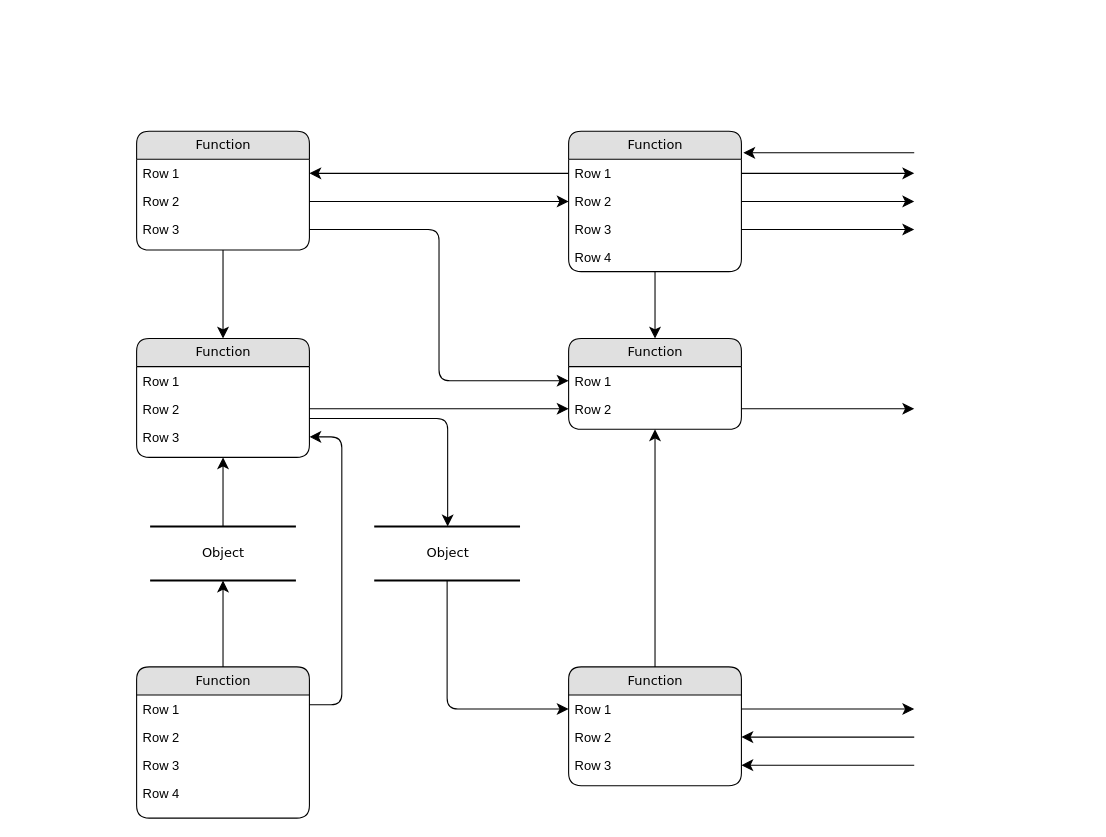
This is Spraio agus Sport dataflow.drawio from Filikin/Diagrams, a draw.io file, before an edit. Source tidied: cells renumbered, new cells numbered last; positions are measured from the earlier drawing's top-left corner, leaving out a move shared by most shapes. Both pictures are drawn from the tidied source at 108%, with x=0, y=0 at pixel (136, 131).
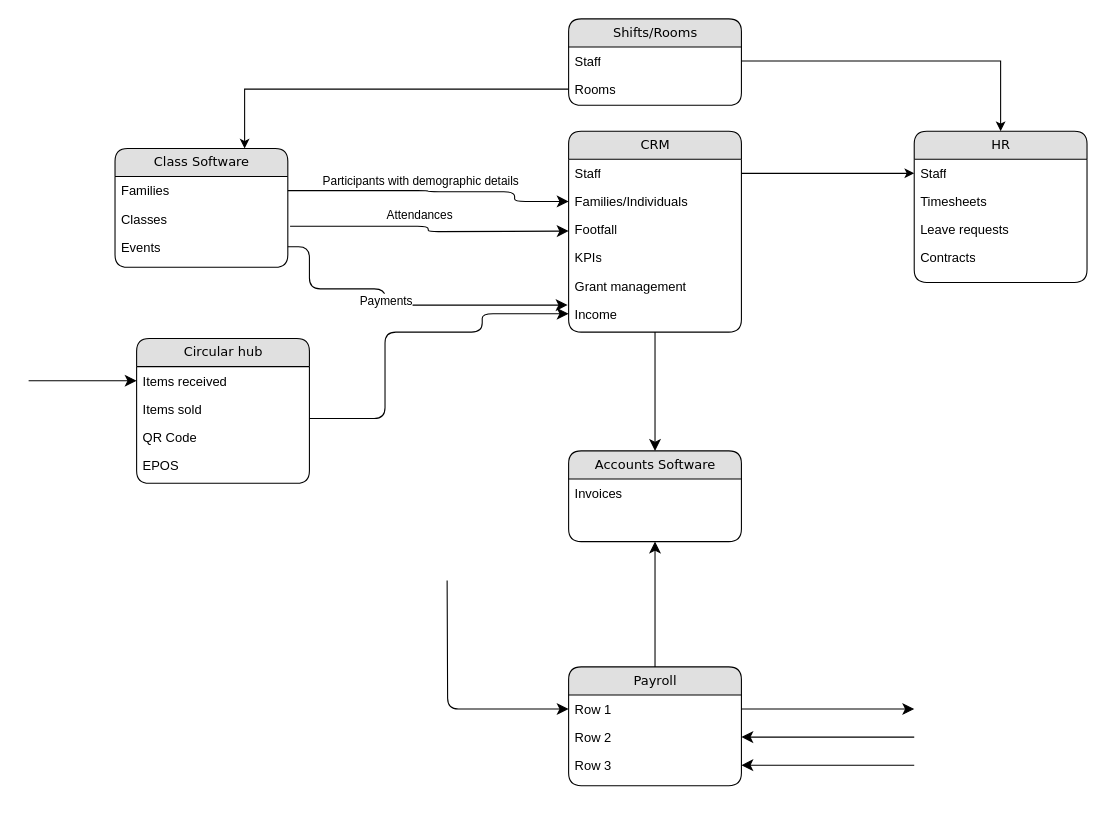
The same diagram, later.

The change refers to these unchanged cells:
```xml
<mxCell id="25" value="Row 1" style="text;html=1;strokeColor=none;fillColor=none;spacingLeft=4;spacingRight=4;whiteSpace=wrap;overflow=hidden;points=[[0,0.5],[1,0.5]];portConstraint=eastwest;" parent="24" vertex="1">
  <mxGeometry y="26" width="160" height="26" as="geometry" />
</mxCell>
```

Diff of the diagram source:
```diff
@@
-    <mxCell id="2" value="Object" style="html=1;rounded=0;shadow=0;comic=0;labelBackgroundColor=none;strokeWidth=2;fontFamily=Verdana;fontSize=12;align=center;shape=mxgraph.ios7ui.horLines;" parent="1" vertex="1">
-      <mxGeometry x="12.5" y="366" width="135" height="50" as="geometry" />
-    </mxCell>
-    <mxCell id="3" value="Function" style="swimlane;html=1;fontStyle=0;horizontal=1;startSize=26;fillColor=#e0e0e0;swimlaneFillColor=#ffffff;align=center;rounded=1;shadow=0;comic=0;labelBackgroundColor=none;strokeWidth=1;fontFamily=Verdana;fontSize=12;" parent="1" vertex="1">
-      <mxGeometry width="160" height="110" as="geometry" />
+    <mxCell id="3" value="Class Software" style="swimlane;html=1;fontStyle=0;horizontal=1;startSize=26;fillColor=#e0e0e0;swimlaneFillColor=#ffffff;align=center;rounded=1;shadow=0;comic=0;labelBackgroundColor=none;strokeWidth=1;fontFamily=Verdana;fontSize=12;" parent="1" vertex="1">
+      <mxGeometry x="-20" y="16" width="160" height="110" as="geometry" />
     </mxCell>
-    <mxCell id="4" value="Row 1" style="text;html=1;strokeColor=none;fillColor=none;spacingLeft=4;spacingRight=4;whiteSpace=wrap;overflow=hidden;points=[[0,0.5],[1,0.5]];portConstraint=eastwest;" parent="3" vertex="1">
+    <mxCell id="4" value="Families" style="text;html=1;strokeColor=none;fillColor=none;spacingLeft=4;spacingRight=4;whiteSpace=wrap;overflow=hidden;points=[[0,0.5],[1,0.5]];portConstraint=eastwest;" parent="3" vertex="1">
       <mxGeometry y="26" width="160" height="26" as="geometry" />
     </mxCell>
-    <mxCell id="5" value="Row 2" style="text;html=1;strokeColor=none;fillColor=none;spacingLeft=4;spacingRight=4;whiteSpace=wrap;overflow=hidden;points=[[0,0.5],[1,0.5]];portConstraint=eastwest;" parent="3" vertex="1">
+    <mxCell id="5" value="Classes" style="text;html=1;strokeColor=none;fillColor=none;spacingLeft=4;spacingRight=4;whiteSpace=wrap;overflow=hidden;points=[[0,0.5],[1,0.5]];portConstraint=eastwest;" parent="3" vertex="1">
       <mxGeometry y="52" width="160" height="26" as="geometry" />
     </mxCell>
-    <mxCell id="6" value="Row 3" style="text;html=1;strokeColor=none;fillColor=none;spacingLeft=4;spacingRight=4;whiteSpace=wrap;overflow=hidden;points=[[0,0.5],[1,0.5]];portConstraint=eastwest;" parent="3" vertex="1">
+    <mxCell id="6" value="Events" style="text;html=1;strokeColor=none;fillColor=none;spacingLeft=4;spacingRight=4;whiteSpace=wrap;overflow=hidden;points=[[0,0.5],[1,0.5]];portConstraint=eastwest;" parent="3" vertex="1">
       <mxGeometry y="78" width="160" height="26" as="geometry" />
     </mxCell>
-    <mxCell id="7" value="Function" style="swimlane;html=1;fontStyle=0;horizontal=1;startSize=26;fillColor=#e0e0e0;swimlaneFillColor=#ffffff;align=center;rounded=1;shadow=0;comic=0;labelBackgroundColor=none;strokeWidth=1;fontFamily=Verdana;fontSize=12;" parent="1" vertex="1">
-      <mxGeometry x="400" width="160" height="130" as="geometry" />
+    <mxCell id="7" value="CRM" style="swimlane;html=1;fontStyle=0;horizontal=1;startSize=26;fillColor=#e0e0e0;swimlaneFillColor=#ffffff;align=center;rounded=1;shadow=0;comic=0;labelBackgroundColor=none;strokeWidth=1;fontFamily=Verdana;fontSize=12;" parent="1" vertex="1">
+      <mxGeometry x="400" width="160" height="186" as="geometry" />
     </mxCell>
+    <mxCell id="49" value="Staff" style="text;html=1;strokeColor=none;fillColor=none;spacingLeft=4;spacingRight=4;whiteSpace=wrap;overflow=hidden;points=[[0,0.5],[1,0.5]];portConstraint=eastwest;" parent="7" vertex="1">
+      <mxGeometry y="26" width="160" height="26" as="geometry" />
+    </mxCell>
-    <mxCell id="8" value="Row 1" style="text;html=1;strokeColor=none;fillColor=none;spacingLeft=4;spacingRight=4;whiteSpace=wrap;overflow=hidden;points=[[0,0.5],[1,0.5]];portConstraint=eastwest;" parent="7" vertex="1">
-      <mxGeometry y="26" width="160" height="26" as="geometry" />
+    <mxCell id="8" value="Families/Individuals" style="text;html=1;strokeColor=none;fillColor=none;spacingLeft=4;spacingRight=4;whiteSpace=wrap;overflow=hidden;points=[[0,0.5],[1,0.5]];portConstraint=eastwest;" parent="7" vertex="1">
+      <mxGeometry y="52" width="160" height="26" as="geometry" />
     </mxCell>
-    <mxCell id="9" value="Row 2" style="text;html=1;strokeColor=none;fillColor=none;spacingLeft=4;spacingRight=4;whiteSpace=wrap;overflow=hidden;points=[[0,0.5],[1,0.5]];portConstraint=eastwest;" parent="7" vertex="1">
-      <mxGeometry y="52" width="160" height="26" as="geometry" />
+    <mxCell id="9" value="Footfall" style="text;html=1;strokeColor=none;fillColor=none;spacingLeft=4;spacingRight=4;whiteSpace=wrap;overflow=hidden;points=[[0,0.5],[1,0.5]];portConstraint=eastwest;" parent="7" vertex="1">
+      <mxGeometry y="78" width="160" height="26" as="geometry" />
     </mxCell>
-    <mxCell id="10" value="Row 3" style="text;html=1;strokeColor=none;fillColor=none;spacingLeft=4;spacingRight=4;whiteSpace=wrap;overflow=hidden;points=[[0,0.5],[1,0.5]];portConstraint=eastwest;" parent="7" vertex="1">
-      <mxGeometry y="78" width="160" height="26" as="geometry" />
+    <mxCell id="10" value="KPIs" style="text;html=1;strokeColor=none;fillColor=none;spacingLeft=4;spacingRight=4;whiteSpace=wrap;overflow=hidden;points=[[0,0.5],[1,0.5]];portConstraint=eastwest;" parent="7" vertex="1">
+      <mxGeometry y="104" width="160" height="26" as="geometry" />
     </mxCell>
-    <mxCell id="11" value="Row 4" style="text;html=1;strokeColor=none;fillColor=none;spacingLeft=4;spacingRight=4;whiteSpace=wrap;overflow=hidden;" parent="7" vertex="1">
-      <mxGeometry y="104" width="160" height="26" as="geometry" />
-    </mxCell>
+    <mxCell id="50" value="Grant management" style="text;html=1;strokeColor=none;fillColor=none;spacingLeft=4;spacingRight=4;whiteSpace=wrap;overflow=hidden;" parent="7" vertex="1">
+      <mxGeometry y="130" width="160" height="26" as="geometry" />
+    </mxCell>
+    <mxCell id="51" value="Income" style="text;html=1;strokeColor=none;fillColor=none;spacingLeft=4;spacingRight=4;whiteSpace=wrap;overflow=hidden;points=[[0,0.5],[1,0.5]];portConstraint=eastwest;" parent="7" vertex="1">
+      <mxGeometry y="156" width="160" height="26" as="geometry" />
+    </mxCell>
-    <mxCell id="12" value="Function" style="swimlane;html=1;fontStyle=0;horizontal=1;startSize=26;fillColor=#e0e0e0;swimlaneFillColor=#ffffff;align=center;rounded=1;shadow=0;comic=0;labelBackgroundColor=none;strokeWidth=1;fontFamily=Verdana;fontSize=12;" parent="1" vertex="1">
-      <mxGeometry y="192" width="160" height="110" as="geometry" />
+    <mxCell id="12" value="Circular hub" style="swimlane;html=1;fontStyle=0;horizontal=1;startSize=26;fillColor=#e0e0e0;swimlaneFillColor=#ffffff;align=center;rounded=1;shadow=0;comic=0;labelBackgroundColor=none;strokeWidth=1;fontFamily=Verdana;fontSize=12;" parent="1" vertex="1">
+      <mxGeometry y="192" width="160" height="134" as="geometry" />
     </mxCell>
-    <mxCell id="13" value="Row 1" style="text;html=1;strokeColor=none;fillColor=none;spacingLeft=4;spacingRight=4;whiteSpace=wrap;overflow=hidden;points=[[0,0.5],[1,0.5]];portConstraint=eastwest;" parent="12" vertex="1">
+    <mxCell id="13" value="Items received" style="text;html=1;strokeColor=none;fillColor=none;spacingLeft=4;spacingRight=4;whiteSpace=wrap;overflow=hidden;points=[[0,0.5],[1,0.5]];portConstraint=eastwest;" parent="12" vertex="1">
       <mxGeometry y="26" width="160" height="26" as="geometry" />
     </mxCell>
-    <mxCell id="14" value="Row 2" style="text;html=1;strokeColor=none;fillColor=none;spacingLeft=4;spacingRight=4;whiteSpace=wrap;overflow=hidden;points=[[0,0.5],[1,0.5]];portConstraint=eastwest;" parent="12" vertex="1">
+    <mxCell id="14" value="Items sold" style="text;html=1;strokeColor=none;fillColor=none;spacingLeft=4;spacingRight=4;whiteSpace=wrap;overflow=hidden;points=[[0,0.5],[1,0.5]];portConstraint=eastwest;" parent="12" vertex="1">
       <mxGeometry y="52" width="160" height="26" as="geometry" />
     </mxCell>
-    <mxCell id="15" value="Row 3" style="text;html=1;strokeColor=none;fillColor=none;spacingLeft=4;spacingRight=4;whiteSpace=wrap;overflow=hidden;points=[[0,0.5],[1,0.5]];portConstraint=eastwest;" parent="12" vertex="1">
-      <mxGeometry y="78" width="160" height="26" as="geometry" />
-    </mxCell>
+    <mxCell id="52" value="QR Code" style="text;html=1;strokeColor=none;fillColor=none;spacingLeft=4;spacingRight=4;whiteSpace=wrap;overflow=hidden;" parent="12" vertex="1">
+      <mxGeometry y="78" width="160" height="26" as="geometry" />
+    </mxCell>
+    <mxCell id="53" value="EPOS" style="text;html=1;strokeColor=none;fillColor=none;spacingLeft=4;spacingRight=4;whiteSpace=wrap;overflow=hidden;" parent="12" vertex="1">
+      <mxGeometry y="104" width="160" height="26" as="geometry" />
+    </mxCell>
-    <mxCell id="16" value="Function" style="swimlane;html=1;fontStyle=0;horizontal=1;startSize=26;fillColor=#e0e0e0;swimlaneFillColor=#ffffff;align=center;rounded=1;shadow=0;comic=0;labelBackgroundColor=none;strokeWidth=1;fontFamily=Verdana;fontSize=12;" parent="1" vertex="1">
-      <mxGeometry y="496" width="160" height="140" as="geometry" />
+    <mxCell id="16" value="HR" style="swimlane;html=1;fontStyle=0;horizontal=1;startSize=26;fillColor=#e0e0e0;swimlaneFillColor=#ffffff;align=center;rounded=1;shadow=0;comic=0;labelBackgroundColor=none;strokeWidth=1;fontFamily=Verdana;fontSize=12;" parent="1" vertex="1">
+      <mxGeometry x="720" width="160" height="140" as="geometry" />
     </mxCell>
-    <mxCell id="17" value="Row 1" style="text;html=1;strokeColor=none;fillColor=none;spacingLeft=4;spacingRight=4;whiteSpace=wrap;overflow=hidden;points=[[0,0.5],[1,0.5]];portConstraint=eastwest;" parent="16" vertex="1">
+    <mxCell id="17" value="Staff" style="text;html=1;strokeColor=none;fillColor=none;spacingLeft=4;spacingRight=4;whiteSpace=wrap;overflow=hidden;points=[[0,0.5],[1,0.5]];portConstraint=eastwest;" parent="16" vertex="1">
       <mxGeometry y="26" width="160" height="26" as="geometry" />
     </mxCell>
-    <mxCell id="18" value="Row 2" style="text;html=1;strokeColor=none;fillColor=none;spacingLeft=4;spacingRight=4;whiteSpace=wrap;overflow=hidden;" parent="16" vertex="1">
+    <mxCell id="18" value="Timesheets" style="text;html=1;strokeColor=none;fillColor=none;spacingLeft=4;spacingRight=4;whiteSpace=wrap;overflow=hidden;" parent="16" vertex="1">
       <mxGeometry y="52" width="160" height="26" as="geometry" />
     </mxCell>
-    <mxCell id="19" value="Row 3" style="text;html=1;strokeColor=none;fillColor=none;spacingLeft=4;spacingRight=4;whiteSpace=wrap;overflow=hidden;" parent="16" vertex="1">
+    <mxCell id="19" value="Leave requests" style="text;html=1;strokeColor=none;fillColor=none;spacingLeft=4;spacingRight=4;whiteSpace=wrap;overflow=hidden;" parent="16" vertex="1">
       <mxGeometry y="78" width="160" height="26" as="geometry" />
     </mxCell>
-    <mxCell id="20" value="Row 4" style="text;html=1;strokeColor=none;fillColor=none;spacingLeft=4;spacingRight=4;whiteSpace=wrap;overflow=hidden;" parent="16" vertex="1">
+    <mxCell id="20" value="Contracts" style="text;html=1;strokeColor=none;fillColor=none;spacingLeft=4;spacingRight=4;whiteSpace=wrap;overflow=hidden;" parent="16" vertex="1">
       <mxGeometry y="104" width="160" height="26" as="geometry" />
     </mxCell>
-    <mxCell id="21" value="Function" style="swimlane;html=1;fontStyle=0;horizontal=1;startSize=26;fillColor=#e0e0e0;swimlaneFillColor=#ffffff;align=center;rounded=1;shadow=0;comic=0;labelBackgroundColor=none;strokeWidth=1;fontFamily=Verdana;fontSize=12;" parent="1" vertex="1">
-      <mxGeometry x="400" y="192" width="160" height="84" as="geometry" />
+    <mxCell id="21" value="Accounts Software" style="swimlane;html=1;fontStyle=0;horizontal=1;startSize=26;fillColor=#e0e0e0;swimlaneFillColor=#ffffff;align=center;rounded=1;shadow=0;comic=0;labelBackgroundColor=none;strokeWidth=1;fontFamily=Verdana;fontSize=12;" parent="1" vertex="1">
+      <mxGeometry x="400" y="296" width="160" height="84" as="geometry" />
     </mxCell>
-    <mxCell id="22" value="Row 1" style="text;html=1;strokeColor=none;fillColor=none;spacingLeft=4;spacingRight=4;whiteSpace=wrap;overflow=hidden;points=[[0,0.5],[1,0.5]];portConstraint=eastwest;" parent="21" vertex="1">
+    <mxCell id="22" value="Invoices" style="text;html=1;strokeColor=none;fillColor=none;spacingLeft=4;spacingRight=4;whiteSpace=wrap;overflow=hidden;points=[[0,0.5],[1,0.5]];portConstraint=eastwest;" parent="21" vertex="1">
       <mxGeometry y="26" width="160" height="26" as="geometry" />
     </mxCell>
-    <mxCell id="23" value="Row 2" style="text;html=1;strokeColor=none;fillColor=none;spacingLeft=4;spacingRight=4;whiteSpace=wrap;overflow=hidden;points=[[0,0.5],[1,0.5]];portConstraint=eastwest;" parent="21" vertex="1">
-      <mxGeometry y="52" width="160" height="26" as="geometry" />
-    </mxCell>
-    <mxCell id="24" value="Function" style="swimlane;html=1;fontStyle=0;horizontal=1;startSize=26;fillColor=#e0e0e0;swimlaneFillColor=#ffffff;align=center;rounded=1;shadow=0;comic=0;labelBackgroundColor=none;strokeWidth=1;fontFamily=Verdana;fontSize=12;" parent="1" vertex="1">
+    <mxCell id="24" value="Payroll" style="swimlane;html=1;fontStyle=0;horizontal=1;startSize=26;fillColor=#e0e0e0;swimlaneFillColor=#ffffff;align=center;rounded=1;shadow=0;comic=0;labelBackgroundColor=none;strokeWidth=1;fontFamily=Verdana;fontSize=12;" parent="1" vertex="1">
       <mxGeometry x="400" y="496" width="160" height="110" as="geometry" />
     </mxCell>
@@
-    <mxCell id="28" value="Object" style="html=1;rounded=0;shadow=0;comic=0;labelBackgroundColor=none;strokeWidth=2;fontFamily=Verdana;fontSize=12;align=center;shape=mxgraph.ios7ui.horLines;" parent="1" vertex="1">
-      <mxGeometry x="220" y="366" width="135" height="50" as="geometry" />
-    </mxCell>
-    <mxCell id="29" style="edgeStyle=none;html=1;labelBackgroundColor=none;startFill=0;startSize=8;endFill=1;endSize=8;fontFamily=Verdana;fontSize=12;" parent="1" edge="1" source="16" target="2">
-      <mxGeometry relative="1" as="geometry" />
-    </mxCell>
-    <mxCell id="30" style="edgeStyle=none;html=1;labelBackgroundColor=none;startFill=0;startSize=8;endFill=1;endSize=8;fontFamily=Verdana;fontSize=12;" parent="1" edge="1" source="2" target="12">
-      <mxGeometry relative="1" as="geometry" />
+    <mxCell id="30" style="edgeStyle=none;html=1;labelBackgroundColor=none;startFill=0;startSize=8;endFill=1;endSize=8;fontFamily=Verdana;fontSize=12;entryX=0;entryY=0.5;entryDx=0;entryDy=0;" parent="1" edge="1" target="13">
+      <mxGeometry relative="1" as="geometry">
+        <mxPoint x="-100" y="231" as="sourcePoint" />
+      </mxGeometry>
     </mxCell>
-    <mxCell id="31" style="edgeStyle=orthogonalEdgeStyle;html=1;labelBackgroundColor=none;startFill=0;startSize=8;endFill=1;endSize=8;fontFamily=Verdana;fontSize=12;exitX=1;exitY=0.25;entryX=1;entryY=0.5;" parent="1" edge="1" source="16" target="15">
-      <mxGeometry relative="1" as="geometry">
-        <Array as="points">
-          <mxPoint x="190" y="531" />
-          <mxPoint x="190" y="283" />
-        </Array>
-      </mxGeometry>
-    </mxCell>
-    <mxCell id="32" style="edgeStyle=orthogonalEdgeStyle;html=1;labelBackgroundColor=none;startFill=0;startSize=8;endFill=1;endSize=8;fontFamily=Verdana;fontSize=12;" parent="1" edge="1" source="28" target="25">
-      <mxGeometry x="-0.13" y="32" relative="1" as="geometry" />
+    <mxCell id="32" style="edgeStyle=orthogonalEdgeStyle;html=1;labelBackgroundColor=none;startFill=0;startSize=8;endFill=1;endSize=8;fontFamily=Verdana;fontSize=12;" parent="1" edge="1" target="25">
+      <mxGeometry x="-0.13" y="32" relative="1" as="geometry">
+        <mxPoint x="287.5" y="416" as="sourcePoint" />
+      </mxGeometry>
     </mxCell>
-    <mxCell id="33" style="edgeStyle=orthogonalEdgeStyle;html=1;labelBackgroundColor=none;startFill=0;startSize=8;endFill=1;endSize=8;fontFamily=Verdana;fontSize=12;" parent="1" edge="1" source="12" target="28">
+    <mxCell id="33" style="edgeStyle=orthogonalEdgeStyle;html=1;labelBackgroundColor=none;startFill=0;startSize=8;endFill=1;endSize=8;fontFamily=Verdana;fontSize=12;entryX=0;entryY=0.5;entryDx=0;entryDy=0;" parent="1" edge="1" source="12" target="51">
       <mxGeometry relative="1" as="geometry">
         <Array as="points">
-          <mxPoint x="288" y="266" />
+          <mxPoint x="230" y="266" />
+          <mxPoint x="230" y="186" />
+          <mxPoint x="320" y="186" />
+          <mxPoint x="320" y="169" />
         </Array>
       </mxGeometry>
     </mxCell>
-    <mxCell id="34" style="edgeStyle=orthogonalEdgeStyle;html=1;labelBackgroundColor=none;startFill=0;startSize=8;endFill=1;endSize=8;fontFamily=Verdana;fontSize=12;" parent="1" edge="1" source="3" target="12">
-      <mxGeometry relative="1" as="geometry" />
-    </mxCell>
@@
-    <mxCell id="37" style="edgeStyle=orthogonalEdgeStyle;html=1;entryX=0;entryY=0.5;labelBackgroundColor=none;startFill=0;startSize=8;endFill=1;endSize=8;fontFamily=Verdana;fontSize=12;exitX=1;exitY=0.5;" parent="1" edge="1" source="5" target="9">
-      <mxGeometry relative="1" as="geometry" />
+    <mxCell id="37" style="edgeStyle=orthogonalEdgeStyle;html=1;labelBackgroundColor=none;startFill=0;startSize=8;endFill=1;endSize=8;fontFamily=Verdana;fontSize=12;exitX=1;exitY=0.5;exitDx=0;exitDy=0;entryX=0;entryY=0.5;entryDx=0;entryDy=0;" parent="1" edge="1" source="4" target="8">
+      <mxGeometry relative="1" as="geometry">
+        <Array as="points">
+          <mxPoint x="270" y="55" />
+          <mxPoint x="270" y="56" />
+          <mxPoint x="350" y="56" />
+          <mxPoint x="350" y="65" />
+        </Array>
+      </mxGeometry>
     </mxCell>
-    <mxCell id="38" style="edgeStyle=orthogonalEdgeStyle;html=1;exitX=0;exitY=0.5;entryX=1;entryY=0.5;labelBackgroundColor=none;startFill=0;startSize=8;endFill=1;endSize=8;fontFamily=Verdana;fontSize=12;" parent="1" edge="1" source="8" target="4">
-      <mxGeometry relative="1" as="geometry" />
-    </mxCell>
+    <mxCell id="54" value="Participants with demographic details" style="edgeLabel;html=1;align=center;verticalAlign=middle;" parent="37" vertex="1">
+      <mxGeometry x="-0.19" relative="1" as="geometry">
+        <mxPoint x="13" y="-10" as="offset" />
+      </mxGeometry>
+    </mxCell>
-    <mxCell id="39" style="edgeStyle=orthogonalEdgeStyle;html=1;exitX=1;exitY=0.5;entryX=0;entryY=0.5;labelBackgroundColor=none;startFill=0;startSize=8;endFill=1;endSize=8;fontFamily=Verdana;fontSize=12;" parent="1" edge="1" source="6" target="22">
-      <mxGeometry relative="1" as="geometry" />
+    <mxCell id="39" style="edgeStyle=orthogonalEdgeStyle;html=1;exitX=1;exitY=0.5;labelBackgroundColor=none;startFill=0;startSize=8;endFill=1;endSize=8;fontFamily=Verdana;fontSize=12;exitDx=0;exitDy=0;entryX=-0.006;entryY=0.192;entryDx=0;entryDy=0;entryPerimeter=0;" parent="1" edge="1" source="6" target="51">
+      <mxGeometry relative="1" as="geometry">
+        <Array as="points">
+          <mxPoint x="160" y="146" />
+          <mxPoint x="230" y="146" />
+          <mxPoint x="230" y="161" />
+        </Array>
+      </mxGeometry>
     </mxCell>
-    <mxCell id="40" style="edgeStyle=orthogonalEdgeStyle;html=1;exitX=1;exitY=0.5;entryX=0;entryY=0.5;labelBackgroundColor=none;startFill=0;startSize=8;endFill=1;endSize=8;fontFamily=Verdana;fontSize=12;" parent="1" edge="1" source="14" target="23">
-      <mxGeometry relative="1" as="geometry" />
-    </mxCell>
-    <mxCell id="41" style="edgeStyle=orthogonalEdgeStyle;html=1;labelBackgroundColor=none;startFill=0;startSize=8;endFill=1;endSize=8;fontFamily=Verdana;fontSize=12;" parent="1" edge="1" source="23">
-      <mxGeometry relative="1" as="geometry">
-        <mxPoint x="720" y="257" as="targetPoint" />
-      </mxGeometry>
-    </mxCell>
+    <mxCell id="55" value="Payments" style="edgeLabel;html=1;align=center;verticalAlign=middle;" parent="39" vertex="1">
+      <mxGeometry x="-0.11" relative="1" as="geometry" />
+    </mxCell>
@@
-    <mxCell id="45" style="edgeStyle=orthogonalEdgeStyle;html=1;exitX=1;exitY=0.5;labelBackgroundColor=none;startFill=0;startSize=8;endFill=1;endSize=8;fontFamily=Verdana;fontSize=12;" parent="1" edge="1" source="8">
-      <mxGeometry relative="1" as="geometry">
-        <mxPoint x="720" y="39" as="targetPoint" />
-      </mxGeometry>
-    </mxCell>
-    <mxCell id="46" style="edgeStyle=orthogonalEdgeStyle;html=1;exitX=1;exitY=0.5;labelBackgroundColor=none;startFill=0;startSize=8;endFill=1;endSize=8;fontFamily=Verdana;fontSize=12;" parent="1" edge="1" source="9">
-      <mxGeometry relative="1" as="geometry">
-        <mxPoint x="720" y="65" as="targetPoint" />
-      </mxGeometry>
-    </mxCell>
-    <mxCell id="47" style="edgeStyle=orthogonalEdgeStyle;html=1;exitX=1;exitY=0.5;labelBackgroundColor=none;startFill=0;startSize=8;endFill=1;endSize=8;fontFamily=Verdana;fontSize=12;" parent="1" edge="1" source="10">
-      <mxGeometry relative="1" as="geometry">
-        <mxPoint x="720" y="91" as="targetPoint" />
-      </mxGeometry>
-    </mxCell>
-    <mxCell id="48" style="edgeStyle=elbowEdgeStyle;html=1;labelBackgroundColor=none;startFill=0;startSize=8;endFill=1;endSize=8;fontFamily=Verdana;fontSize=12;elbow=vertical;entryX=1.011;entryY=0.152;entryPerimeter=0;" parent="1" edge="1" target="7">
-      <mxGeometry relative="1" as="geometry">
-        <mxPoint x="720" y="20" as="sourcePoint" />
-        <Array as="points">
-          <mxPoint x="650" y="20" />
-        </Array>
-      </mxGeometry>
-    </mxCell>
+    <mxCell id="56" style="edgeStyle=orthogonalEdgeStyle;html=1;entryX=0;entryY=0.5;labelBackgroundColor=none;startFill=0;startSize=8;endFill=1;endSize=8;fontFamily=Verdana;fontSize=12;exitX=1.013;exitY=0.769;exitDx=0;exitDy=0;exitPerimeter=0;" parent="1" edge="1" source="5">
+      <mxGeometry relative="1" as="geometry">
+        <mxPoint x="400" y="92.5" as="targetPoint" />
+      </mxGeometry>
+    </mxCell>
+    <mxCell id="57" value="Attendances" style="edgeLabel;html=1;align=center;verticalAlign=middle;" parent="56" vertex="1">
+      <mxGeometry x="-0.19" relative="1" as="geometry">
+        <mxPoint x="13" y="-10" as="offset" />
+      </mxGeometry>
+    </mxCell>
+    <mxCell id="58" style="edgeStyle=orthogonalEdgeStyle;rounded=0;jettySize=auto;html=1;entryX=0;entryY=0.5;entryDx=0;entryDy=0;" parent="1" edge="1" source="49" target="17">
+      <mxGeometry relative="1" as="geometry" />
+    </mxCell>
+    <mxCell id="59" value="Shifts/Rooms" style="swimlane;html=1;fontStyle=0;horizontal=1;startSize=26;fillColor=#e0e0e0;swimlaneFillColor=#ffffff;align=center;rounded=1;shadow=0;comic=0;labelBackgroundColor=none;strokeWidth=1;fontFamily=Verdana;fontSize=12;" parent="1" vertex="1">
+      <mxGeometry x="400" y="-104" width="160" height="80" as="geometry" />
+    </mxCell>
+    <mxCell id="60" value="Staff" style="text;html=1;strokeColor=none;fillColor=none;spacingLeft=4;spacingRight=4;whiteSpace=wrap;overflow=hidden;points=[[0,0.5],[1,0.5]];portConstraint=eastwest;" parent="59" vertex="1">
+      <mxGeometry y="26" width="160" height="26" as="geometry" />
+    </mxCell>
+    <mxCell id="61" value="Rooms" style="text;html=1;strokeColor=none;fillColor=none;spacingLeft=4;spacingRight=4;whiteSpace=wrap;overflow=hidden;points=[[0,0.5],[1,0.5]];portConstraint=eastwest;" parent="59" vertex="1">
+      <mxGeometry y="52" width="160" height="26" as="geometry" />
+    </mxCell>
+    <mxCell id="62" style="edgeStyle=orthogonalEdgeStyle;rounded=0;jettySize=auto;html=1;exitX=0;exitY=0.5;exitDx=0;exitDy=0;entryX=0.75;entryY=0;entryDx=0;entryDy=0;" parent="1" edge="1" source="61" target="3">
+      <mxGeometry relative="1" as="geometry" />
+    </mxCell>
+    <mxCell id="63" style="edgeStyle=orthogonalEdgeStyle;rounded=0;jettySize=auto;html=1;exitX=1;exitY=0.5;exitDx=0;exitDy=0;" parent="1" edge="1" source="60" target="16">
+      <mxGeometry relative="1" as="geometry" />
+    </mxCell>
```
